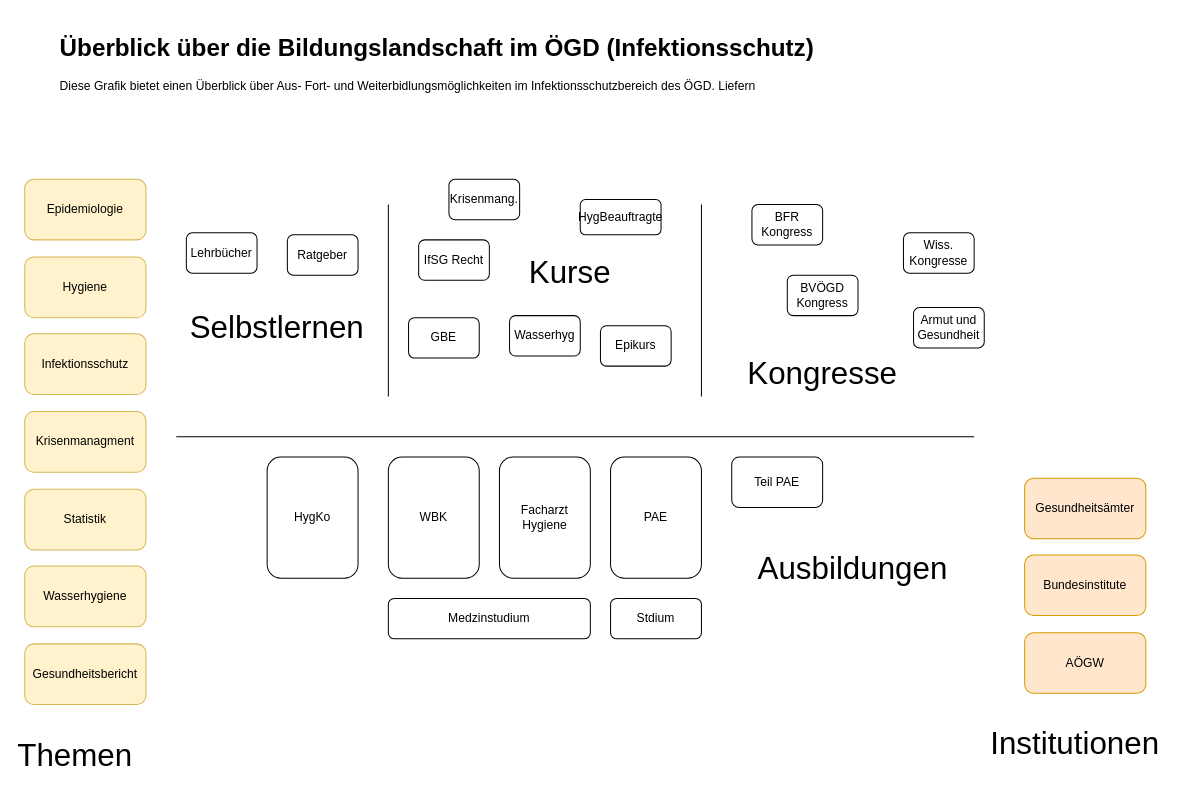
Earlier version of the draw.io diagram drawio/bildungslandschaftÖGD.drawio (jakobschumacher/graphs). Source tidied: cells renumbered, new cells numbered last; positions are measured from the earlier drawing's top-left corner, leaving out a move shared by most shapes. Both pictures are drawn from the tidied source at 101%, with x=0, y=0 at pixel (24, 27).
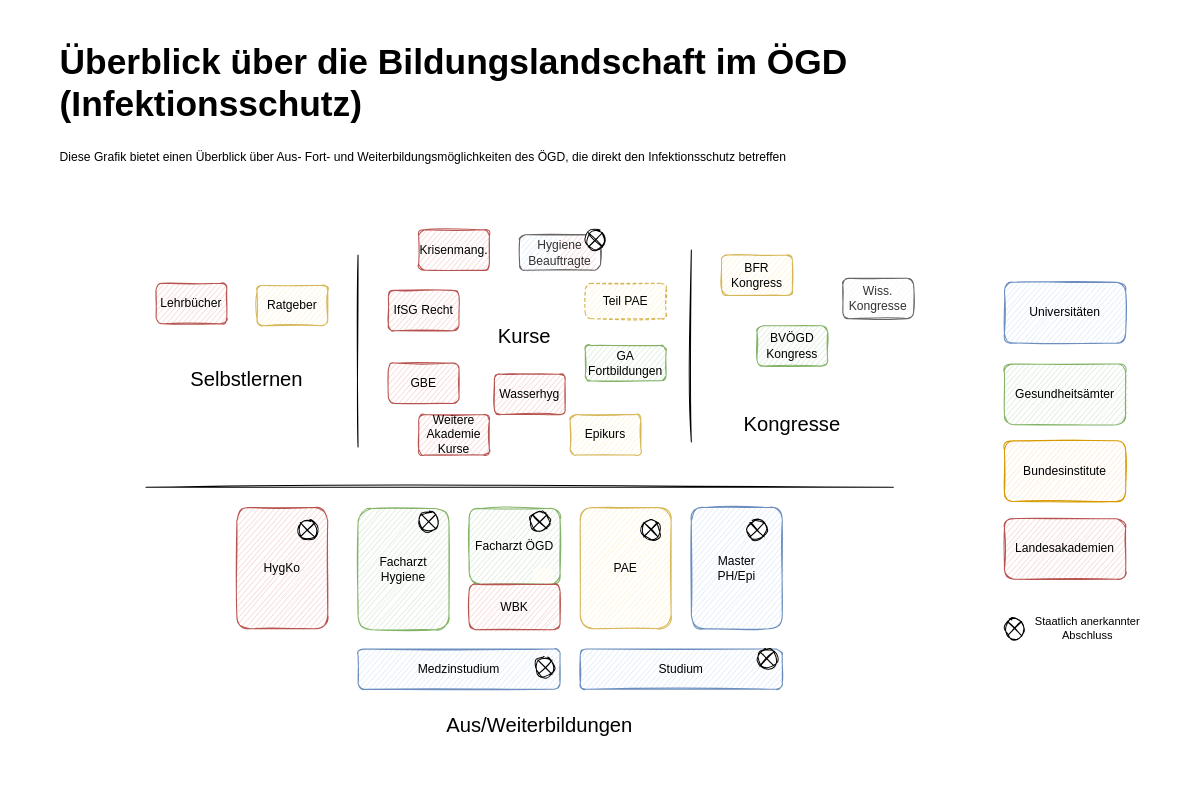
The same page after the edit.

What changed in the source:
```diff
@@
-    <mxCell id="2" value="WBK" style="rounded=1;whiteSpace=wrap;html=1;" parent="1" vertex="1">
-      <mxGeometry x="360" y="425" width="90" height="120" as="geometry" />
-    </mxCell>
+    <mxCell id="41" style="rounded=1;whiteSpace=wrap;html=1;fillColor=#dae8fc;strokeColor=none;sketch=1;" parent="1" vertex="1">
+      <mxGeometry x="490" y="205" width="35" height="35" as="geometry" />
+    </mxCell>
+    <mxCell id="42" style="rounded=1;whiteSpace=wrap;html=1;fillColor=#f8cecc;strokeColor=none;sketch=1;" parent="1" vertex="1">
+      <mxGeometry x="530" y="205" width="35" height="35" as="geometry" />
+    </mxCell>
-    <mxCell id="3" value="HygKo" style="rounded=1;whiteSpace=wrap;html=1;" parent="1" vertex="1">
-      <mxGeometry x="240" y="425" width="90" height="120" as="geometry" />
+    <mxCell id="3" value="HygKo" style="rounded=1;whiteSpace=wrap;html=1;fillColor=#f8cecc;strokeColor=#b85450;sketch=1;" parent="1" vertex="1">
+      <mxGeometry x="210" y="475" width="90" height="120" as="geometry" />
     </mxCell>
-    <mxCell id="4" value="PAE" style="rounded=1;whiteSpace=wrap;html=1;" parent="1" vertex="1">
-      <mxGeometry x="580" y="425" width="90" height="120" as="geometry" />
+    <mxCell id="4" value="PAE" style="rounded=1;whiteSpace=wrap;html=1;fillColor=#fff2cc;strokeColor=#d6b656;sketch=1;" parent="1" vertex="1">
+      <mxGeometry x="550" y="475" width="90" height="120" as="geometry" />
     </mxCell>
-    <mxCell id="5" value="Hygiene" style="rounded=1;whiteSpace=wrap;html=1;fillColor=#fff2cc;strokeColor=#d6b656;" parent="1" vertex="1">
-      <mxGeometry y="227" width="120" height="60" as="geometry" />
-    </mxCell>
-    <mxCell id="6" value="&lt;h1&gt;Überblick über die Bildungslandschaft im ÖGD (Infektionsschutz)&lt;br&gt;&lt;/h1&gt;&lt;p&gt;Diese Grafik bietet einen Überblick über Aus- Fort- und Weiterbidlungsmöglichkeiten im Infektionsschutzbereich des ÖGD. Liefern&lt;br&gt;&lt;/p&gt;" style="text;html=1;strokeColor=none;fillColor=none;spacing=5;spacingTop=-20;whiteSpace=wrap;overflow=hidden;rounded=0;" parent="1" vertex="1">
-      <mxGeometry x="30" width="780" height="80" as="geometry" />
+    <mxCell id="6" value="&lt;h1 style=&quot;font-size: 35px&quot;&gt;Überblick über die Bildungslandschaft im ÖGD (Infektionsschutz)&lt;br&gt;&lt;/h1&gt;&lt;p&gt;Diese Grafik bietet einen Überblick über Aus- Fort- und Weiterbildungsmöglichkeiten des ÖGD, die direkt den Infektionsschutz betreffen&lt;br&gt;&lt;/p&gt;" style="text;html=1;strokeColor=none;fillColor=none;spacing=5;spacingTop=-20;whiteSpace=wrap;overflow=hidden;rounded=0;" parent="1" vertex="1">
+      <mxGeometry x="30" width="1090" height="160" as="geometry" />
     </mxCell>
-    <mxCell id="7" value="Infektionsschutz" style="rounded=1;whiteSpace=wrap;html=1;fillColor=#fff2cc;strokeColor=#d6b656;" parent="1" vertex="1">
-      <mxGeometry y="303" width="120" height="60" as="geometry" />
-    </mxCell>
-    <mxCell id="8" value="Krisenmanagment" style="rounded=1;whiteSpace=wrap;html=1;fillColor=#fff2cc;strokeColor=#d6b656;" parent="1" vertex="1">
-      <mxGeometry y="380" width="120" height="60" as="geometry" />
-    </mxCell>
-    <mxCell id="9" value="Statistik" style="rounded=1;whiteSpace=wrap;html=1;fillColor=#fff2cc;strokeColor=#d6b656;" parent="1" vertex="1">
-      <mxGeometry y="457" width="120" height="60" as="geometry" />
-    </mxCell>
-    <mxCell id="10" value="Wasserhygiene" style="rounded=1;whiteSpace=wrap;html=1;fillColor=#fff2cc;strokeColor=#d6b656;" parent="1" vertex="1">
-      <mxGeometry y="533" width="120" height="60" as="geometry" />
-    </mxCell>
-    <mxCell id="11" value="Epikurs" style="rounded=1;whiteSpace=wrap;html=1;" parent="1" vertex="1">
-      <mxGeometry x="570" y="295" width="70" height="40" as="geometry" />
+    <mxCell id="11" value="Epikurs" style="rounded=1;whiteSpace=wrap;html=1;fillColor=#fff2cc;strokeColor=#d6b656;sketch=1;" parent="1" vertex="1">
+      <mxGeometry x="540" y="383" width="70" height="40" as="geometry" />
     </mxCell>
-    <mxCell id="12" value="Teil PAE" style="rounded=1;whiteSpace=wrap;html=1;" parent="1" vertex="1">
-      <mxGeometry x="700" y="425" width="90" height="50" as="geometry" />
+    <mxCell id="12" value="Teil PAE" style="rounded=1;whiteSpace=wrap;html=1;fillColor=#fff2cc;strokeColor=#d6b656;sketch=1;dashed=1;" parent="1" vertex="1">
+      <mxGeometry x="555" y="253" width="80" height="35" as="geometry" />
     </mxCell>
-    <mxCell id="13" value="HygBeauftragte" style="rounded=1;whiteSpace=wrap;html=1;" parent="1" vertex="1">
-      <mxGeometry x="550" y="170" width="80" height="35" as="geometry" />
+    <mxCell id="13" value="&lt;div&gt;Hygiene&lt;/div&gt;&lt;div&gt;Beauftragte&lt;/div&gt;" style="rounded=1;whiteSpace=wrap;html=1;fillColor=none;fontColor=#333333;strokeColor=#666666;sketch=1;" parent="1" vertex="1">
+      <mxGeometry x="490" y="205" width="80" height="35" as="geometry" />
     </mxCell>
-    <mxCell id="14" value="Facharzt Hygiene" style="rounded=1;whiteSpace=wrap;html=1;" parent="1" vertex="1">
-      <mxGeometry x="470" y="425" width="90" height="120" as="geometry" />
+    <mxCell id="14" value="Facharzt Hygiene" style="rounded=1;whiteSpace=wrap;html=1;fillColor=#d5e8d4;strokeColor=#82b366;sketch=1;" parent="1" vertex="1">
+      <mxGeometry x="330" y="476" width="90" height="120" as="geometry" />
     </mxCell>
-    <mxCell id="15" value="IfSG Recht" style="rounded=1;whiteSpace=wrap;html=1;" parent="1" vertex="1">
-      <mxGeometry x="390" y="210" width="70" height="40" as="geometry" />
+    <mxCell id="15" value="IfSG Recht" style="rounded=1;whiteSpace=wrap;html=1;fillColor=#f8cecc;strokeColor=#b85450;sketch=1;" parent="1" vertex="1">
+      <mxGeometry x="360" y="260" width="70" height="40" as="geometry" />
     </mxCell>
-    <mxCell id="16" value="Medzinstudium" style="rounded=1;whiteSpace=wrap;html=1;" parent="1" vertex="1">
-      <mxGeometry x="360" y="565" width="200" height="40" as="geometry" />
+    <mxCell id="16" value="Medzinstudium" style="rounded=1;whiteSpace=wrap;html=1;fillColor=#dae8fc;strokeColor=#6c8ebf;sketch=1;" parent="1" vertex="1">
+      <mxGeometry x="330" y="615" width="200" height="40" as="geometry" />
     </mxCell>
-    <mxCell id="17" value="Stdium" style="rounded=1;whiteSpace=wrap;html=1;" parent="1" vertex="1">
-      <mxGeometry x="580" y="565" width="90" height="40" as="geometry" />
+    <mxCell id="17" value="Studium" style="rounded=1;whiteSpace=wrap;html=1;fillColor=#dae8fc;strokeColor=#6c8ebf;sketch=1;" parent="1" vertex="1">
+      <mxGeometry x="550" y="615" width="200" height="40" as="geometry" />
     </mxCell>
-    <mxCell id="18" style="endArrow=none;html=1;rounded=0;" parent="1" edge="1">
+    <mxCell id="18" style="endArrow=none;html=1;rounded=0;sketch=1;" parent="1" edge="1">
       <mxGeometry relative="1" as="geometry">
-        <mxPoint x="150" y="405" as="sourcePoint" />
-        <mxPoint x="940" y="405" as="targetPoint" />
+        <mxPoint x="120" y="455" as="sourcePoint" />
+        <mxPoint x="860" y="455" as="targetPoint" />
       </mxGeometry>
     </mxCell>
-    <mxCell id="19" value="&lt;div&gt;Epidemiologie&lt;/div&gt;" style="rounded=1;whiteSpace=wrap;html=1;fillColor=#fff2cc;strokeColor=#d6b656;" parent="1" vertex="1">
-      <mxGeometry y="150" width="120" height="60" as="geometry" />
-    </mxCell>
-    <mxCell id="20" value="Gesundheitsbericht" style="rounded=1;whiteSpace=wrap;html=1;fillColor=#fff2cc;strokeColor=#d6b656;" parent="1" vertex="1">
-      <mxGeometry y="610" width="120" height="60" as="geometry" />
-    </mxCell>
-    <mxCell id="21" value="Themen" style="text;html=1;strokeColor=none;fillColor=none;align=center;verticalAlign=middle;whiteSpace=wrap;rounded=0;fontSize=31;" parent="1" vertex="1">
-      <mxGeometry x="20" y="705" width="60" height="30" as="geometry" />
-    </mxCell>
-    <mxCell id="22" style="endArrow=none;html=1;rounded=0;" parent="1" edge="1">
+    <mxCell id="22" style="endArrow=none;html=1;rounded=0;sketch=1;" parent="1" edge="1">
       <mxGeometry relative="1" as="geometry">
-        <mxPoint x="360" y="365" as="sourcePoint" />
-        <mxPoint x="360" y="175" as="targetPoint" />
+        <mxPoint x="330" y="415" as="sourcePoint" />
+        <mxPoint x="330" y="225" as="targetPoint" />
       </mxGeometry>
     </mxCell>
-    <mxCell id="23" style="endArrow=none;html=1;rounded=0;" parent="1" edge="1">
+    <mxCell id="23" style="endArrow=none;html=1;rounded=0;sketch=1;" parent="1" edge="1">
       <mxGeometry relative="1" as="geometry">
-        <mxPoint x="670" y="365" as="sourcePoint" />
-        <mxPoint x="670" y="175" as="targetPoint" />
+        <mxPoint x="660" y="410" as="sourcePoint" />
+        <mxPoint x="660" y="220" as="targetPoint" />
       </mxGeometry>
     </mxCell>
-    <mxCell id="24" value="Lehrbücher" style="rounded=1;whiteSpace=wrap;html=1;" parent="1" vertex="1">
-      <mxGeometry x="160" y="203" width="70" height="40" as="geometry" />
+    <mxCell id="24" value="Lehrbücher" style="rounded=1;whiteSpace=wrap;html=1;fillColor=#f8cecc;strokeColor=#b85450;sketch=1;" parent="1" vertex="1">
+      <mxGeometry x="130" y="253" width="70" height="40" as="geometry" />
     </mxCell>
-    <mxCell id="25" value="Ratgeber" style="rounded=1;whiteSpace=wrap;html=1;" parent="1" vertex="1">
-      <mxGeometry x="260" y="205" width="70" height="40" as="geometry" />
+    <mxCell id="25" value="Ratgeber" style="rounded=1;whiteSpace=wrap;html=1;fillColor=#fff2cc;strokeColor=#d6b656;sketch=1;" parent="1" vertex="1">
+      <mxGeometry x="230" y="255" width="70" height="40" as="geometry" />
     </mxCell>
-    <mxCell id="26" value="BVÖGD Kongress" style="rounded=1;whiteSpace=wrap;html=1;" parent="1" vertex="1">
-      <mxGeometry x="755" y="245" width="70" height="40" as="geometry" />
+    <mxCell id="26" value="BVÖGD Kongress" style="rounded=1;whiteSpace=wrap;html=1;fillColor=#d5e8d4;strokeColor=#82b366;sketch=1;" parent="1" vertex="1">
+      <mxGeometry x="725" y="295" width="70" height="40" as="geometry" />
     </mxCell>
-    <mxCell id="27" value="Armut und Gesundheit" style="rounded=1;whiteSpace=wrap;html=1;" parent="1" vertex="1">
-      <mxGeometry x="880" y="277" width="70" height="40" as="geometry" />
-    </mxCell>
-    <mxCell id="28" value="BFR Kongress" style="rounded=1;whiteSpace=wrap;html=1;" parent="1" vertex="1">
-      <mxGeometry x="720" y="175" width="70" height="40" as="geometry" />
+    <mxCell id="28" value="BFR Kongress" style="rounded=1;whiteSpace=wrap;html=1;fillColor=#fff2cc;strokeColor=#d6b656;sketch=1;" parent="1" vertex="1">
+      <mxGeometry x="690" y="225" width="70" height="40" as="geometry" />
     </mxCell>
-    <mxCell id="29" value="Ausbildungen" style="text;html=1;strokeColor=none;fillColor=none;align=center;verticalAlign=middle;whiteSpace=wrap;rounded=0;fontSize=31;" parent="1" vertex="1">
-      <mxGeometry x="790" y="520" width="60" height="30" as="geometry" />
+    <mxCell id="29" value="Aus/Weiterbildungen" style="text;html=1;strokeColor=none;fillColor=none;align=center;verticalAlign=middle;whiteSpace=wrap;rounded=0;fontSize=20;sketch=1;" parent="1" vertex="1">
+      <mxGeometry x="390" y="675" width="240" height="30" as="geometry" />
     </mxCell>
-    <mxCell id="30" value="Selbstlernen" style="text;html=1;strokeColor=none;fillColor=none;align=center;verticalAlign=middle;whiteSpace=wrap;rounded=0;fontSize=31;" parent="1" vertex="1">
-      <mxGeometry x="220" y="282" width="60" height="30" as="geometry" />
+    <mxCell id="30" value="Selbstlernen" style="text;html=1;strokeColor=none;fillColor=none;align=center;verticalAlign=middle;whiteSpace=wrap;rounded=0;fontSize=20;sketch=1;" parent="1" vertex="1">
+      <mxGeometry x="190" y="332" width="60" height="30" as="geometry" />
     </mxCell>
-    <mxCell id="31" value="Kurse" style="text;html=1;strokeColor=none;fillColor=none;align=center;verticalAlign=middle;whiteSpace=wrap;rounded=0;fontSize=31;" parent="1" vertex="1">
-      <mxGeometry x="510" y="227" width="60" height="30" as="geometry" />
+    <mxCell id="31" value="Kurse" style="text;html=1;align=center;verticalAlign=middle;whiteSpace=wrap;rounded=0;fontSize=20;sketch=1;" parent="1" vertex="1">
+      <mxGeometry x="464.5" y="290" width="60" height="30" as="geometry" />
     </mxCell>
-    <mxCell id="32" value="Kongresse" style="text;html=1;strokeColor=none;fillColor=none;align=center;verticalAlign=middle;whiteSpace=wrap;rounded=0;fontSize=31;" parent="1" vertex="1">
-      <mxGeometry x="760" y="327" width="60" height="30" as="geometry" />
+    <mxCell id="32" value="Kongresse" style="text;html=1;strokeColor=none;fillColor=none;align=center;verticalAlign=middle;whiteSpace=wrap;rounded=0;fontSize=20;sketch=1;" parent="1" vertex="1">
+      <mxGeometry x="730" y="377" width="60" height="30" as="geometry" />
     </mxCell>
-    <mxCell id="33" value="Wiss. Kongresse" style="rounded=1;whiteSpace=wrap;html=1;" parent="1" vertex="1">
-      <mxGeometry x="870" y="203" width="70" height="40" as="geometry" />
+    <mxCell id="33" value="Wiss. Kongresse" style="rounded=1;whiteSpace=wrap;html=1;fillColor=#f5f5f5;strokeColor=#666666;fontColor=#333333;sketch=1;" parent="1" vertex="1">
+      <mxGeometry x="810" y="248" width="70" height="40" as="geometry" />
     </mxCell>
-    <mxCell id="34" value="Krisenmang." style="rounded=1;whiteSpace=wrap;html=1;" parent="1" vertex="1">
-      <mxGeometry x="420" y="150" width="70" height="40" as="geometry" />
+    <mxCell id="34" value="Krisenmang." style="rounded=1;whiteSpace=wrap;html=1;fillColor=#f8cecc;strokeColor=#b85450;sketch=1;" parent="1" vertex="1">
+      <mxGeometry x="390" y="200" width="70" height="40" as="geometry" />
     </mxCell>
-    <mxCell id="35" value="Wasserhyg" style="rounded=1;whiteSpace=wrap;html=1;" parent="1" vertex="1">
-      <mxGeometry x="480" y="285" width="70" height="40" as="geometry" />
+    <mxCell id="35" value="Wasserhyg" style="rounded=1;whiteSpace=wrap;html=1;fillColor=#f8cecc;strokeColor=#b85450;sketch=1;" parent="1" vertex="1">
+      <mxGeometry x="465" y="343" width="70" height="40" as="geometry" />
     </mxCell>
-    <mxCell id="36" value="GBE" style="rounded=1;whiteSpace=wrap;html=1;" parent="1" vertex="1">
-      <mxGeometry x="380" y="287" width="70" height="40" as="geometry" />
+    <mxCell id="36" value="GBE" style="rounded=1;whiteSpace=wrap;html=1;fillColor=#f8cecc;strokeColor=#b85450;sketch=1;" parent="1" vertex="1">
+      <mxGeometry x="360" y="332" width="70" height="40" as="geometry" />
     </mxCell>
-    <mxCell id="37" value="Institutionen" style="text;html=1;strokeColor=none;fillColor=none;align=center;verticalAlign=middle;whiteSpace=wrap;rounded=0;fontSize=31;" parent="1" vertex="1">
-      <mxGeometry x="1010" y="694" width="60" height="30" as="geometry" />
-    </mxCell>
-    <mxCell id="38" value="&lt;div&gt;AÖGW&lt;/div&gt;" style="rounded=1;whiteSpace=wrap;html=1;fillColor=#ffe6cc;strokeColor=#d79b00;" parent="1" vertex="1">
-      <mxGeometry x="990" y="599" width="120" height="60" as="geometry" />
+    <mxCell id="38" value="Landesakademien" style="rounded=1;whiteSpace=wrap;html=1;fillColor=#f8cecc;strokeColor=#b85450;sketch=1;" parent="1" vertex="1">
+      <mxGeometry x="970" y="486" width="120" height="60" as="geometry" />
     </mxCell>
-    <mxCell id="39" value="Bundesinstitute" style="rounded=1;whiteSpace=wrap;html=1;fillColor=#ffe6cc;strokeColor=#d79b00;" parent="1" vertex="1">
-      <mxGeometry x="990" y="522" width="120" height="60" as="geometry" />
+    <mxCell id="39" value="Bundesinstitute" style="rounded=1;whiteSpace=wrap;html=1;fillColor=#ffe6cc;strokeColor=#d79b00;sketch=1;" parent="1" vertex="1">
+      <mxGeometry x="970" y="409" width="120" height="60" as="geometry" />
     </mxCell>
-    <mxCell id="40" value="Gesundheitsämter" style="rounded=1;whiteSpace=wrap;html=1;fillColor=#ffe6cc;strokeColor=#d79b00;" parent="1" vertex="1">
-      <mxGeometry x="990" y="446" width="120" height="60" as="geometry" />
+    <mxCell id="40" value="Gesundheitsämter" style="rounded=1;whiteSpace=wrap;html=1;fillColor=#d5e8d4;strokeColor=#82b366;sketch=1;" parent="1" vertex="1">
+      <mxGeometry x="970" y="333" width="120" height="60" as="geometry" />
     </mxCell>
+    <mxCell id="43" value="&lt;div&gt;Master&lt;/div&gt;&lt;div&gt;PH/Epi&lt;/div&gt;" style="rounded=1;whiteSpace=wrap;html=1;fillColor=#dae8fc;strokeColor=#6c8ebf;sketch=1;" parent="1" vertex="1">
+      <mxGeometry x="660" y="475" width="90" height="120" as="geometry" />
+    </mxCell>
+    <mxCell id="44" value="Universitäten" style="rounded=1;whiteSpace=wrap;html=1;fillColor=#dae8fc;strokeColor=#6c8ebf;sketch=1;" parent="1" vertex="1">
+      <mxGeometry x="970" y="252" width="120" height="60" as="geometry" />
+    </mxCell>
+    <mxCell id="45" style="shape=sumEllipse;perimeter=ellipsePerimeter;whiteSpace=wrap;html=1;backgroundOutline=1;sketch=1;fontSize=31;" parent="1" vertex="1">
+      <mxGeometry x="270" y="487" width="20" height="20" as="geometry" />
+    </mxCell>
+    <mxCell id="46" style="shape=sumEllipse;perimeter=ellipsePerimeter;whiteSpace=wrap;html=1;backgroundOutline=1;sketch=1;fontSize=31;" parent="1" vertex="1">
+      <mxGeometry x="390" y="479" width="20" height="20" as="geometry" />
+    </mxCell>
+    <mxCell id="47" style="shape=sumEllipse;perimeter=ellipsePerimeter;whiteSpace=wrap;html=1;backgroundOutline=1;sketch=1;fontSize=31;" parent="1" vertex="1">
+      <mxGeometry x="610" y="487" width="20" height="20" as="geometry" />
+    </mxCell>
+    <mxCell id="48" style="shape=sumEllipse;perimeter=ellipsePerimeter;whiteSpace=wrap;html=1;backgroundOutline=1;sketch=1;fontSize=31;" parent="1" vertex="1">
+      <mxGeometry x="715" y="487" width="20" height="20" as="geometry" />
+    </mxCell>
+    <mxCell id="49" style="shape=sumEllipse;perimeter=ellipsePerimeter;whiteSpace=wrap;html=1;backgroundOutline=1;sketch=1;fontSize=31;" parent="1" vertex="1">
+      <mxGeometry x="505" y="623" width="20" height="20" as="geometry" />
+    </mxCell>
+    <mxCell id="50" style="shape=sumEllipse;perimeter=ellipsePerimeter;whiteSpace=wrap;html=1;backgroundOutline=1;sketch=1;fontSize=31;" parent="1" vertex="1">
+      <mxGeometry x="725" y="615" width="20" height="20" as="geometry" />
+    </mxCell>
+    <mxCell id="51" style="shape=sumEllipse;perimeter=ellipsePerimeter;whiteSpace=wrap;html=1;backgroundOutline=1;sketch=1;fontSize=31;" parent="1" vertex="1">
+      <mxGeometry x="555" y="200" width="20" height="20" as="geometry" />
+    </mxCell>
+    <mxCell id="52" value="GA Fortbildungen" style="rounded=1;whiteSpace=wrap;html=1;fillColor=#d5e8d4;strokeColor=#82b366;sketch=1;" parent="1" vertex="1">
+      <mxGeometry x="555" y="314.5" width="80" height="35" as="geometry" />
+    </mxCell>
+    <mxCell id="53" style="group;" parent="1" vertex="1">
+      <mxGeometry x="970" y="580" width="145" height="30" as="geometry" />
+    </mxCell>
+    <mxCell id="54" style="shape=sumEllipse;perimeter=ellipsePerimeter;whiteSpace=wrap;html=1;backgroundOutline=1;sketch=1;fontSize=31;" parent="53" vertex="1">
+      <mxGeometry y="5" width="20" height="20" as="geometry" />
+    </mxCell>
+    <mxCell id="55" value="Staatlich anerkannter Abschluss" style="text;html=1;strokeColor=none;fillColor=none;align=center;verticalAlign=middle;whiteSpace=wrap;rounded=0;sketch=1;fontSize=11;" parent="53" vertex="1">
+      <mxGeometry x="20" width="125" height="30" as="geometry" />
+    </mxCell>
+    <mxCell id="56" value="Weitere Akademie Kurse" style="rounded=1;whiteSpace=wrap;html=1;fillColor=#f8cecc;strokeColor=#b85450;sketch=1;" parent="1" vertex="1">
+      <mxGeometry x="390" y="383" width="70" height="40" as="geometry" />
+    </mxCell>
+    <mxCell id="57" style="group;" parent="1" vertex="1">
+      <mxGeometry x="440" y="476" width="90" height="120" as="geometry" />
+    </mxCell>
+    <mxCell id="2" value="Facharzt ÖGD" style="rounded=1;whiteSpace=wrap;html=1;fillColor=#d5e8d4;strokeColor=#82b366;sketch=1;" parent="57" vertex="1">
+      <mxGeometry width="90" height="75" as="geometry" />
+    </mxCell>
+    <mxCell id="58" style="shape=sumEllipse;perimeter=ellipsePerimeter;whiteSpace=wrap;html=1;backgroundOutline=1;sketch=1;fontSize=31;" parent="57" vertex="1">
+      <mxGeometry x="60" y="3" width="20" height="20" as="geometry" />
+    </mxCell>
+    <mxCell id="59" value="WBK" style="rounded=1;whiteSpace=wrap;html=1;fillColor=#f8cecc;strokeColor=#b85450;sketch=1;" parent="57" vertex="1">
+      <mxGeometry y="75" width="90" height="45" as="geometry" />
+    </mxCell>
+    <mxCell id="60" style="rounded=1;whiteSpace=wrap;html=1;sketch=0;strokeColor=none;" parent="57" vertex="1">
+      <mxGeometry x="63" y="59.5" width="20" height="14" as="geometry" />
+    </mxCell>
+    <mxCell id="61" style="rounded=1;whiteSpace=wrap;html=1;fillColor=#fff2cc;strokeColor=none;sketch=1;" parent="57" vertex="1">
+      <mxGeometry x="63" y="59.5" width="20" height="12.5" as="geometry" />
+    </mxCell>
```
